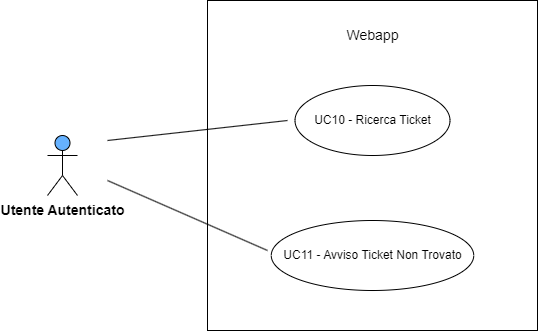
The draw.io diagram images/usecase/UC10_11.png in Fawy01/Tesi, before a commit. Source tidied: cells renumbered, new cells last; positions are measured from the earlier drawing's top-left corner, leaving out a move shared by most shapes. Its diagram source:
```xml
<mxGraphModel>
  <root>
    <mxCell id="0" />
    <mxCell id="1" parent="0" />
    <mxCell id="2" value="&lt;b&gt;&lt;font style=&quot;font-size: 14px;&quot;&gt;Utente Autenticato&lt;/font&gt;&lt;/b&gt;" style="shape=umlActor;verticalLabelPosition=bottom;verticalAlign=top;html=1;fillColor=#66B2FF;" parent="1" vertex="1">
      <mxGeometry y="135" width="30" height="60" as="geometry" />
    </mxCell>
    <mxCell id="3" style="html=1;whiteSpace=wrap;" parent="1" vertex="1">
      <mxGeometry x="160" width="330" height="330" as="geometry" />
    </mxCell>
    <mxCell id="4" value="&lt;font style=&quot;font-size: 14px;&quot;&gt;Webapp&lt;/font&gt;" style="text;html=1;strokeColor=none;fillColor=none;align=center;verticalAlign=middle;whiteSpace=wrap;rounded=0;" parent="1" vertex="1">
      <mxGeometry x="272.5" y="20" width="105" height="30" as="geometry" />
    </mxCell>
    <mxCell id="5" value="UC10 - Ricerca Ticket" style="ellipse;whiteSpace=wrap;html=1;" parent="1" vertex="1">
      <mxGeometry x="247.5" y="85" width="155" height="70" as="geometry" />
    </mxCell>
    <mxCell id="6" value="UC11 - Avviso Ticket Non Trovato" style="ellipse;whiteSpace=wrap;html=1;" parent="1" vertex="1">
      <mxGeometry x="223.8" y="220" width="202.5" height="70" as="geometry" />
    </mxCell>
    <mxCell id="7" style="endArrow=none;html=1;rounded=0;" parent="1" edge="1">
      <mxGeometry relative="1" as="geometry">
        <mxPoint x="60" y="140" as="sourcePoint" />
        <mxPoint x="240" y="120" as="targetPoint" />
      </mxGeometry>
    </mxCell>
    <mxCell id="8" style="endArrow=none;html=1;rounded=0;" parent="1" edge="1">
      <mxGeometry relative="1" as="geometry">
        <mxPoint x="60" y="180" as="sourcePoint" />
        <mxPoint x="220" y="250" as="targetPoint" />
      </mxGeometry>
    </mxCell>
  </root>
</mxGraphModel>
```
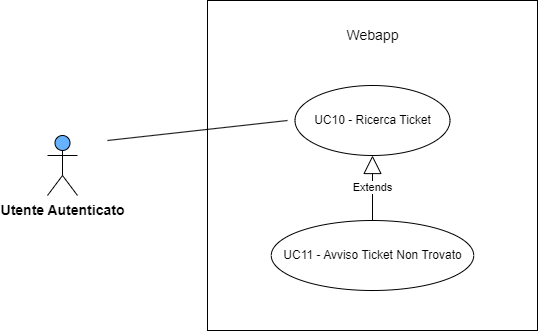
After the commit.

Change to the diagram source:
```diff
@@ -23,11 +23,8 @@
         <mxPoint x="240" y="120" as="targetPoint" />
       </mxGeometry>
     </mxCell>
-    <mxCell id="8" style="endArrow=none;html=1;rounded=0;" parent="1" edge="1">
-      <mxGeometry relative="1" as="geometry">
-        <mxPoint x="60" y="180" as="sourcePoint" />
-        <mxPoint x="220" y="250" as="targetPoint" />
-      </mxGeometry>
-    </mxCell>
+    <mxCell id="9" value="Extends" style="endArrow=block;endSize=16;endFill=0;html=1;rounded=0;entryX=0.5;entryY=1;entryDx=0;entryDy=0;exitX=0.5;exitY=0;exitDx=0;exitDy=0;" parent="1" edge="1" source="6" target="5">
+      <mxGeometry relative="1" as="geometry" />
+    </mxCell>
   </root>
 </mxGraphModel>
```
